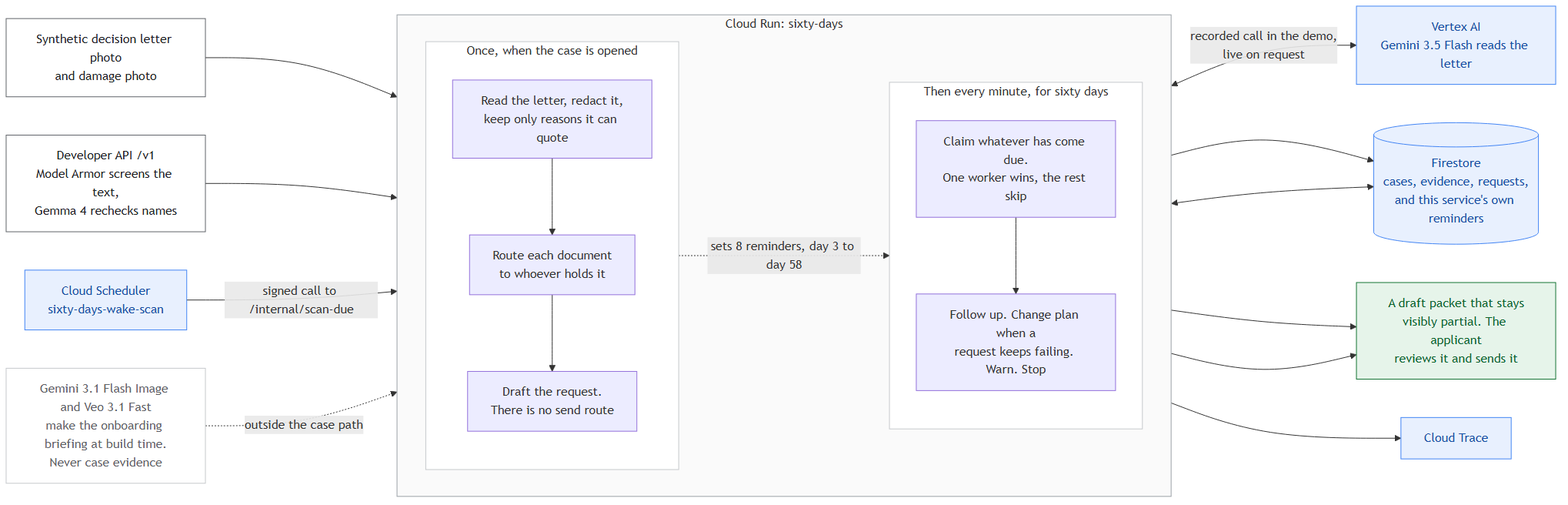
The Mermaid diagram docs/architecture.png in usv240/sixty-days, before a commit. Its source is kept beside it as docs/architecture.mmd.
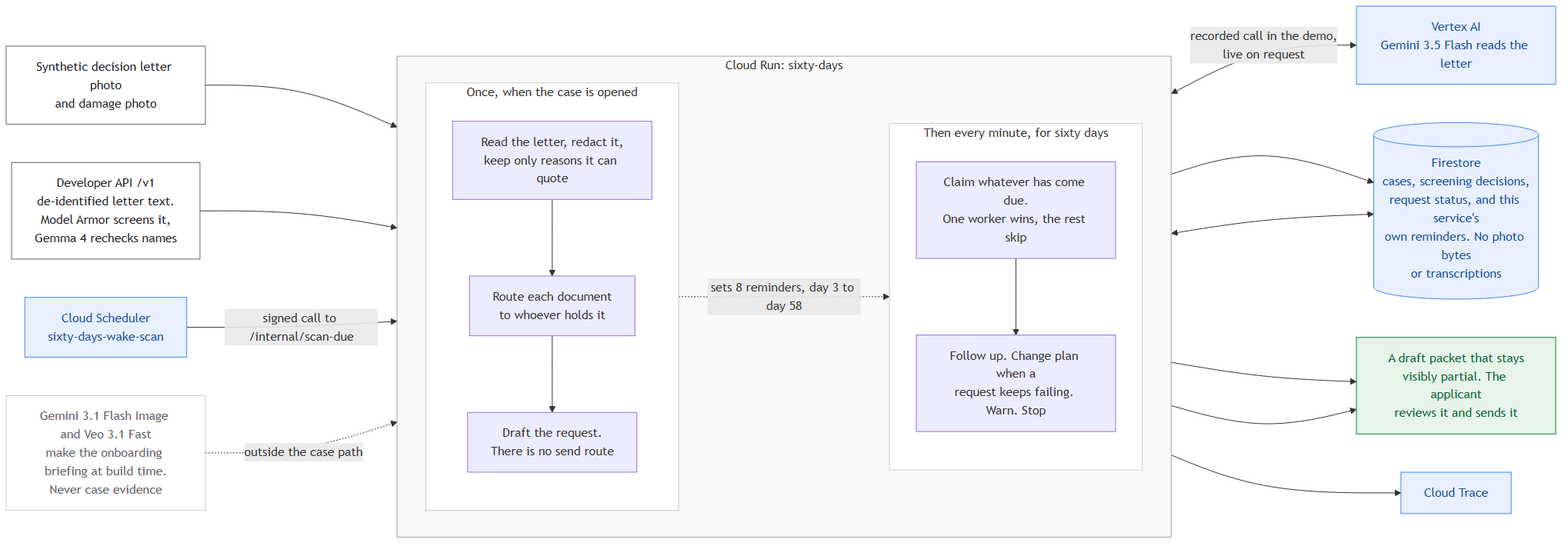
Above is the later version.

Commit message:
Say what the API takes and what Firestore keeps

What changed in the source:
```diff
@@ -1,6 +1,6 @@
 flowchart LR
     LETTER["Synthetic decision letter photo<br/>and damage photo"]
-    DEVAPI["Developer API /v1<br/>Model Armor screens the text,<br/>Gemma 4 rechecks names"]
+    DEVAPI["Developer API /v1<br/>de-identified letter text.<br/>Model Armor screens it,<br/>Gemma 4 rechecks names"]
 
     subgraph CR ["Cloud Run: sixty-days"]
         direction LR
@@ -25,7 +25,7 @@
 
     SCHED["Cloud Scheduler<br/>sixty-days-wake-scan"]
     VERTEX["Vertex AI<br/>Gemini 3.5 Flash reads the letter"]
-    STATE[("Firestore<br/>cases, evidence, requests,<br/>and this service's own reminders")]
+    STATE[("Firestore<br/>cases, screening decisions,<br/>request status, and this service's<br/>own reminders. No photo bytes<br/>or transcriptions")]
     TRACE["Cloud Trace"]
     MEDIA["Gemini 3.1 Flash Image and Veo 3.1 Fast<br/>make the onboarding briefing at build time.<br/>Never case evidence"]
     DRAFT["A draft packet that stays<br/>visibly partial. The applicant<br/>reviews it and sends it"]
```
